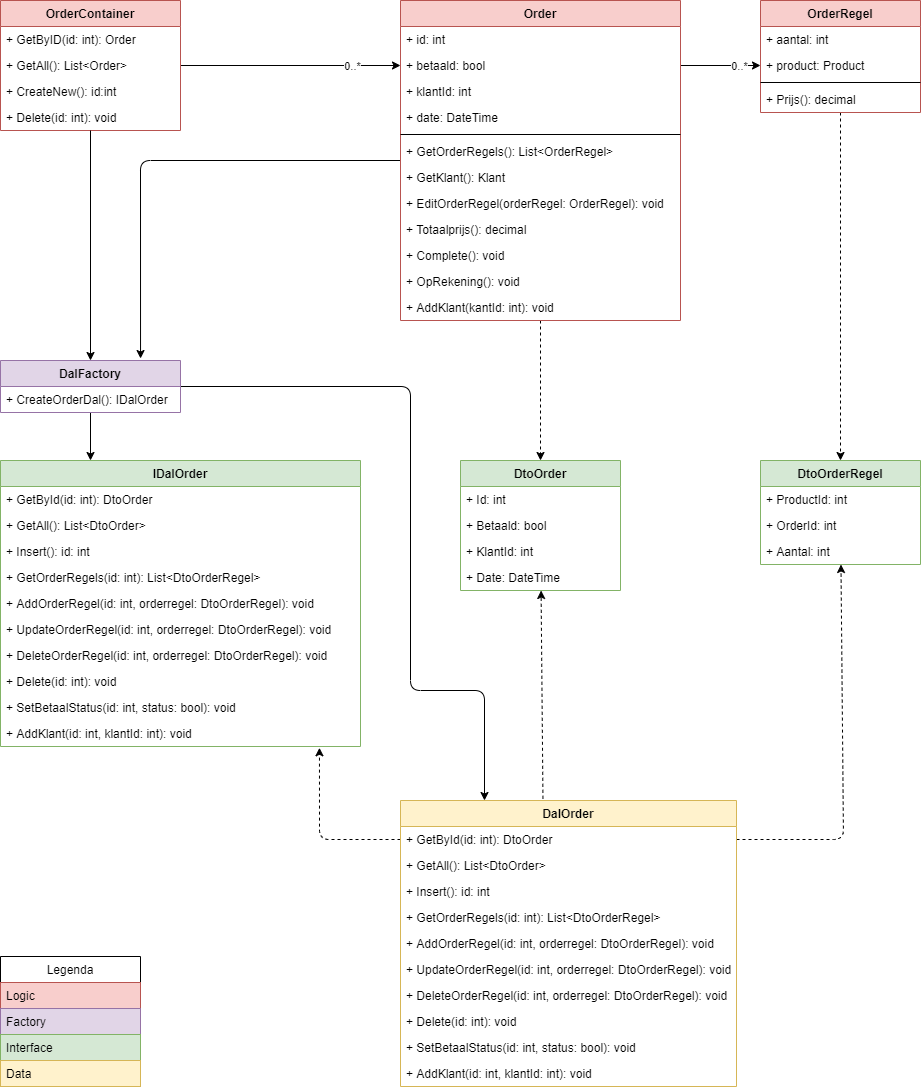
Earlier version of the draw.io export Skippy/Diagrams/img/ArgitectuurDiagram.png (LuukdeKinderen/S2Software). Source tidied: cells renumbered, new cells last; positions are measured from the earlier drawing's top-left corner, leaving out a move shared by most shapes.
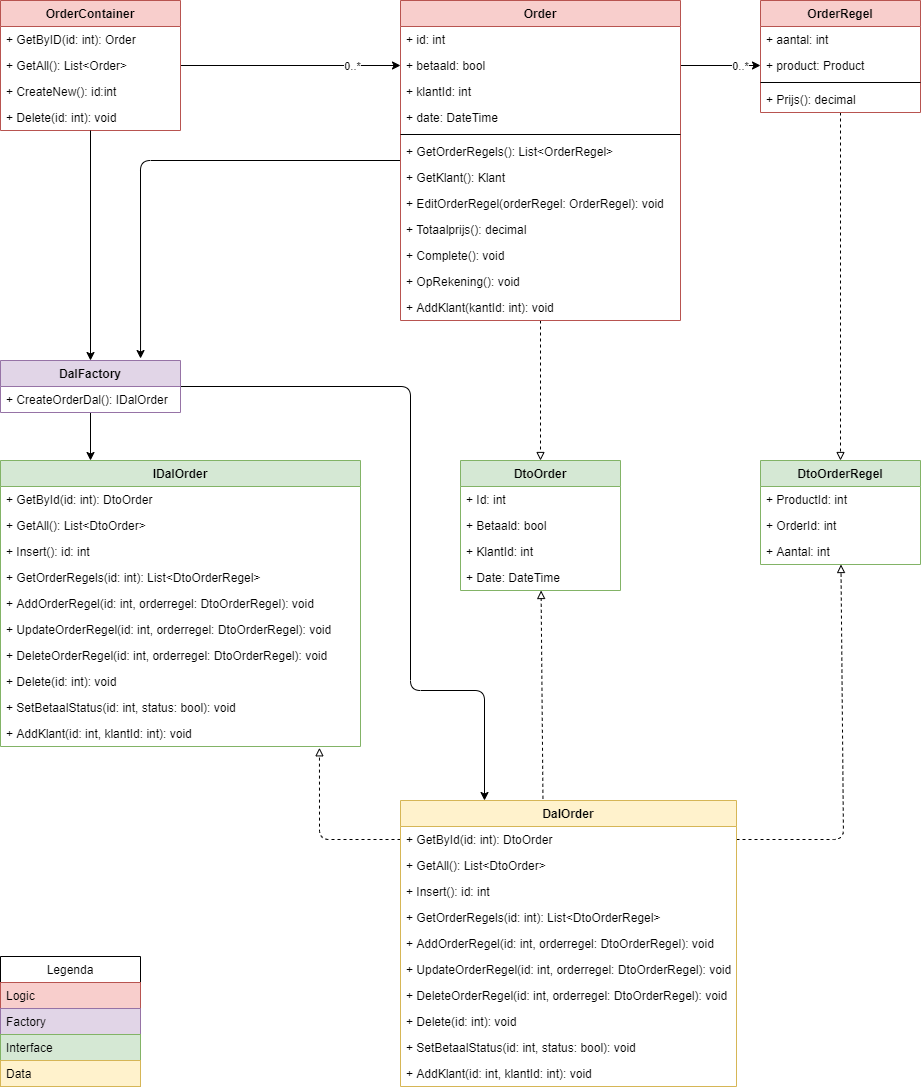
Later version of the same file.

What changed in the source:
```diff
@@ -43,20 +43,20 @@
         </Array>
       </mxGeometry>
     </mxCell>
-    <mxCell id="13" style="endArrow=classic;html=1;dashed=1;" parent="1" edge="1" source="22" target="51">
+    <mxCell id="13" style="endArrow=block;html=1;dashed=1;endFill=0;" parent="1" edge="1" source="22" target="51">
       <mxGeometry relative="1" as="geometry" />
     </mxCell>
-    <mxCell id="14" style="endArrow=classic;html=1;dashed=1;entryX=0.886;entryY=1.05;entryDx=0;entryDy=0;entryPerimeter=0;exitX=0;exitY=0.5;exitDx=0;exitDy=0;" parent="1" edge="1" source="61" target="50">
+    <mxCell id="14" style="endArrow=block;html=1;dashed=1;entryX=0.886;entryY=1.05;entryDx=0;entryDy=0;entryPerimeter=0;exitX=0;exitY=0.5;exitDx=0;exitDy=0;endFill=0;" parent="1" edge="1" source="61" target="50">
       <mxGeometry relative="1" as="geometry">
         <Array as="points">
           <mxPoint x="319" y="839" />
         </Array>
       </mxGeometry>
     </mxCell>
-    <mxCell id="15" style="endArrow=classic;html=1;dashed=1;exitX=0.424;exitY=-0.006;exitDx=0;exitDy=0;exitPerimeter=0;" parent="1" edge="1" source="60" target="51">
+    <mxCell id="15" style="endArrow=block;html=1;dashed=1;exitX=0.424;exitY=-0.006;exitDx=0;exitDy=0;exitPerimeter=0;endFill=0;" parent="1" edge="1" source="60" target="51">
       <mxGeometry relative="1" as="geometry" />
     </mxCell>
-    <mxCell id="16" style="endArrow=classic;html=1;dashed=1;exitX=1;exitY=0.5;exitDx=0;exitDy=0;" parent="1" edge="1" source="61" target="56">
+    <mxCell id="16" style="endArrow=block;html=1;dashed=1;exitX=1;exitY=0.5;exitDx=0;exitDy=0;endFill=0;" parent="1" edge="1" source="61" target="56">
       <mxGeometry relative="1" as="geometry">
         <Array as="points">
           <mxPoint x="843" y="839" />
@@ -66,7 +66,7 @@
     <mxCell id="17" style="endArrow=classic;html=1;entryX=0.25;entryY=0;entryDx=0;entryDy=0;" parent="1" edge="1" source="20" target="40">
       <mxGeometry relative="1" as="geometry" />
     </mxCell>
-    <mxCell id="18" style="endArrow=classic;html=1;dashed=1;" parent="1" edge="1" source="35" target="56">
+    <mxCell id="18" style="endArrow=block;html=1;dashed=1;endFill=0;" parent="1" edge="1" source="35" target="56">
       <mxGeometry relative="1" as="geometry" />
     </mxCell>
     <mxCell id="19" style="endArrow=classic;html=1;entryX=0.25;entryY=0;entryDx=0;entryDy=0;" parent="1" edge="1" source="20" target="60">
```
